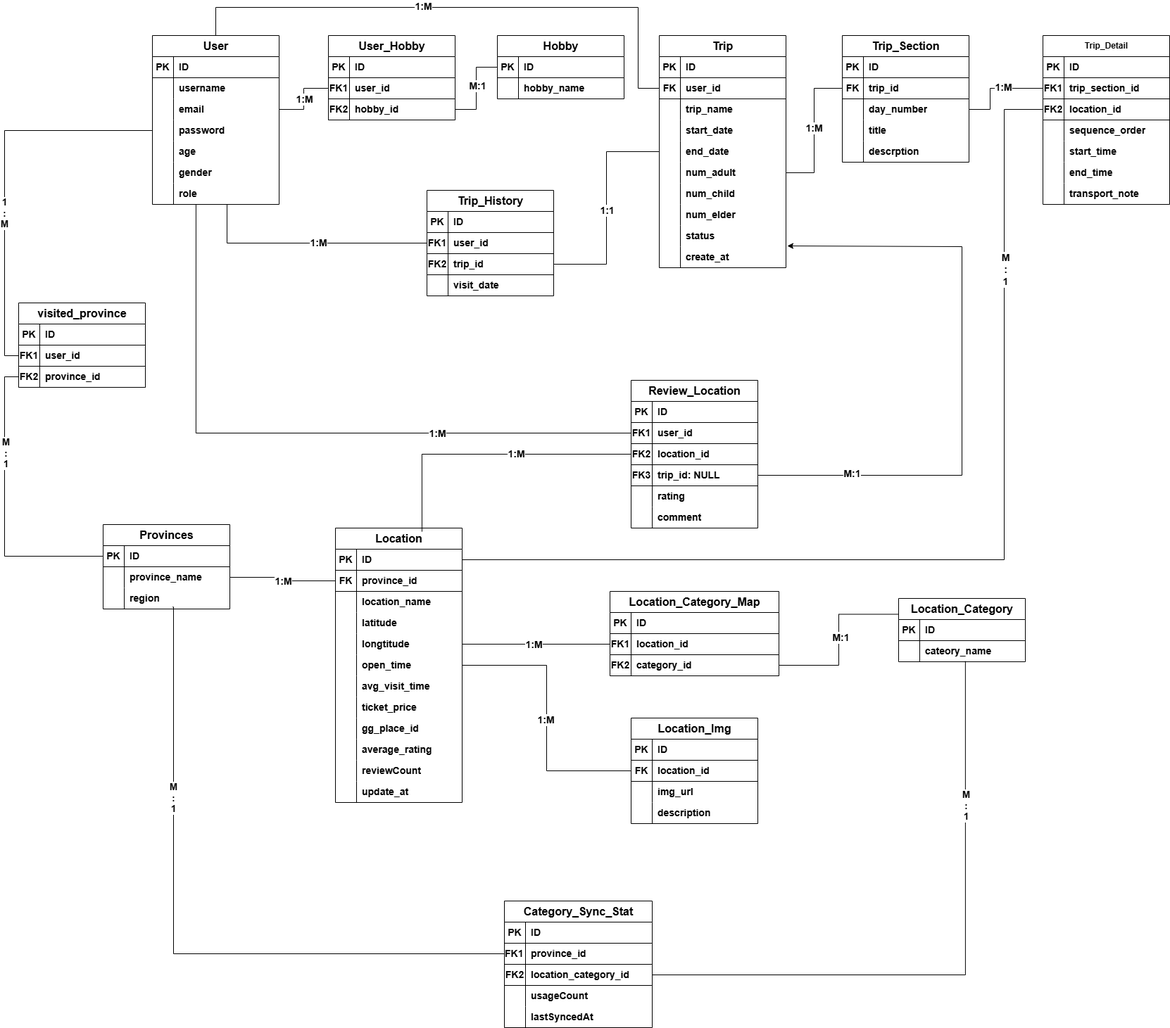
Earlier version of the draw.io export Database_Design/database.drawio.png (Quanbro07/Loko-Project). Source tidied: cells renumbered, new cells last; positions are measured from the earlier drawing's top-left corner, leaving out a move shared by most shapes.
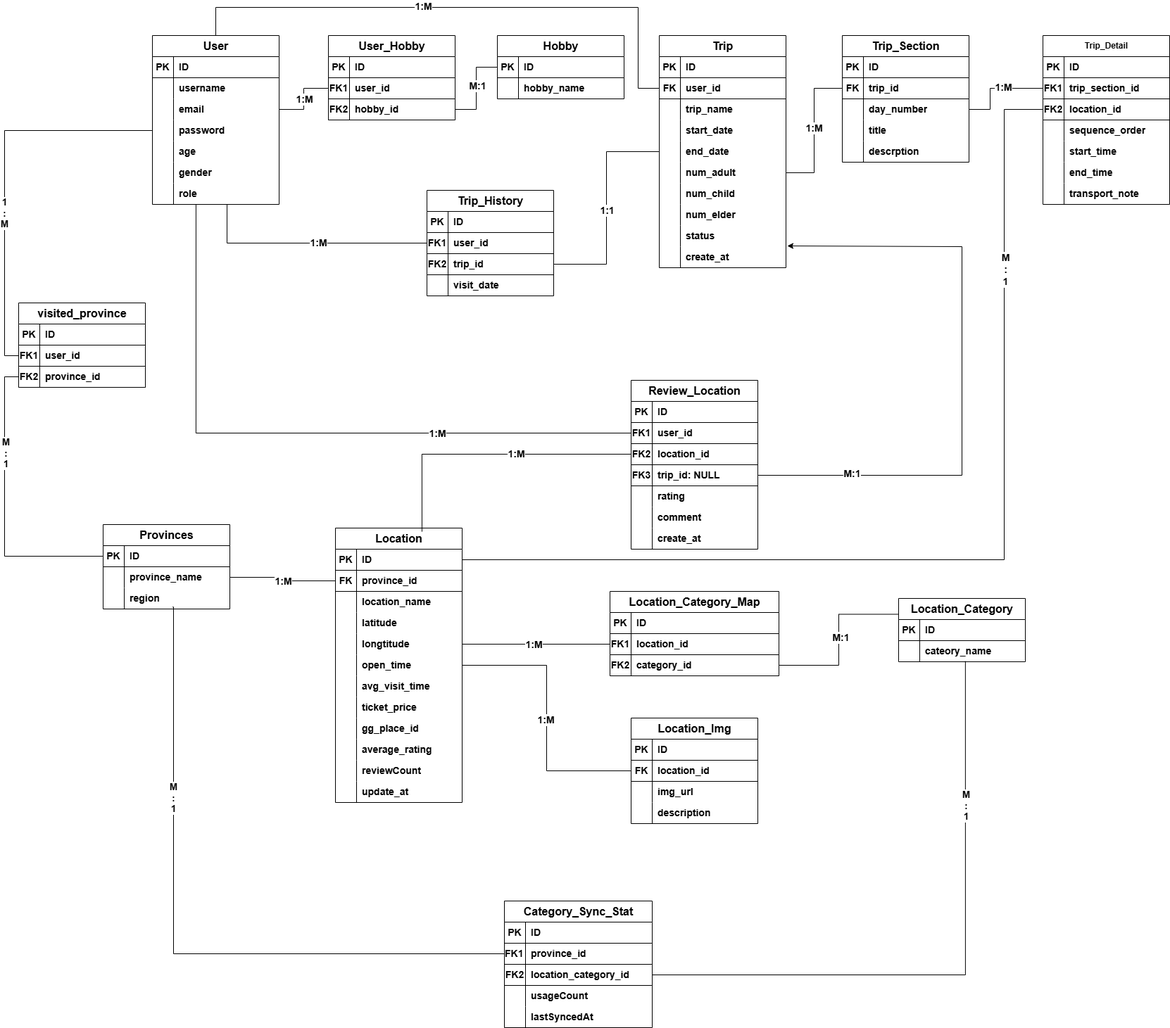
The same diagram one commit later.

Commit message:
Thêm biến cho DB

Diff of the diagram source:
```diff
@@ -609,7 +609,7 @@
       <mxGeometry x="30" width="150" height="30" as="geometry" />
     </mxCell>
     <mxCell id="202" value="&lt;font style=&quot;font-size: 16px;&quot;&gt;Review_Location&lt;/font&gt;" style="shape=table;startSize=30;rowLines=0;fontStyle=1;align=center;html=1;" parent="1" vertex="1">
-      <mxGeometry x="870" y="530" width="180" height="210" as="geometry" />
+      <mxGeometry x="870" y="530" width="180" height="240" as="geometry" />
     </mxCell>
     <mxCell id="203" style="shape=tableRow;horizontal=0;startSize=0;swimlaneHead=0;swimlaneBody=0;fillColor=none;top=0;left=0;right=0;bottom=1;" parent="202" vertex="1">
       <mxGeometry y="30" width="180" height="30" as="geometry" />
@@ -665,6 +665,15 @@
     <mxCell id="220" value="comment" style="shape=partialRectangle;fillColor=none;top=0;left=0;bottom=0;right=0;align=left;spacingLeft=6;overflow=hidden;whiteSpace=wrap;html=1;fontStyle=1;fontSize=14;" parent="218" vertex="1">
       <mxGeometry x="30" width="150" height="30" as="geometry" />
     </mxCell>
+    <mxCell id="283" style="shape=tableRow;horizontal=0;startSize=0;swimlaneHead=0;swimlaneBody=0;fillColor=none;top=0;left=0;right=0;bottom=0;" parent="202" vertex="1">
+      <mxGeometry y="210" width="180" height="30" as="geometry" />
+    </mxCell>
+    <mxCell id="284" style="shape=partialRectangle;fillColor=none;top=0;left=0;bottom=0;right=0;overflow=hidden;whiteSpace=wrap;html=1;" parent="283" vertex="1">
+      <mxGeometry width="30" height="30" as="geometry" />
+    </mxCell>
+    <mxCell id="285" value="create_at" style="shape=partialRectangle;fillColor=none;top=0;left=0;bottom=0;right=0;align=left;spacingLeft=6;overflow=hidden;whiteSpace=wrap;html=1;fontStyle=1;fontSize=14;" parent="283" vertex="1">
+      <mxGeometry x="30" width="150" height="30" as="geometry" />
+    </mxCell>
     <mxCell id="221" style="edgeStyle=orthogonalEdgeStyle;rounded=0;jettySize=auto;html=1;endArrow=none;endFill=0;" parent="1" edge="1" source="11" target="30">
       <mxGeometry relative="1" as="geometry" />
     </mxCell>
```
